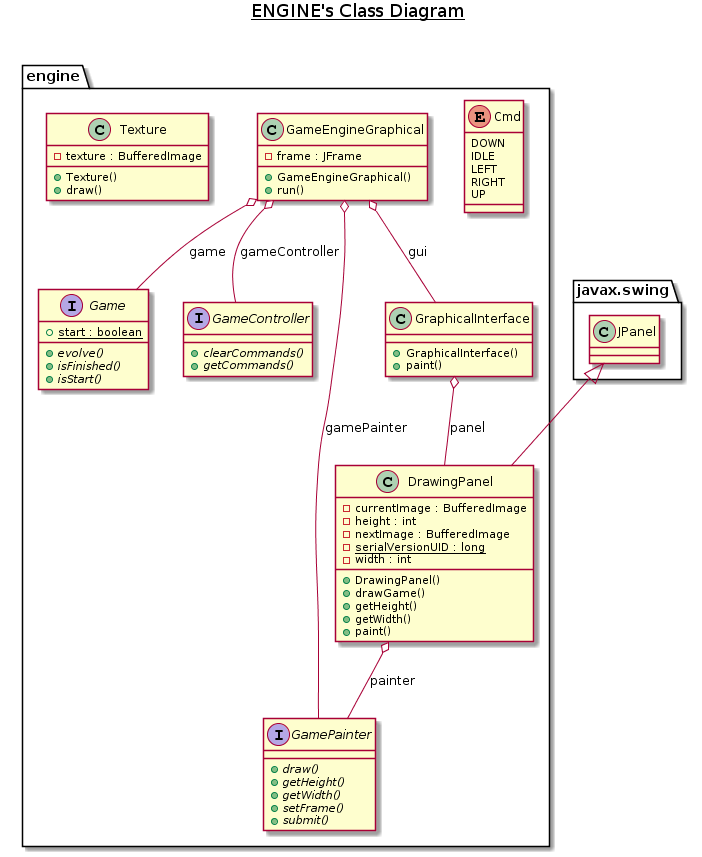
This is specs/engine_package_class_diagram.png from Bert54/ACL_2019_TP11_GROUPE3, a PlantUML export, as it was before one commit.
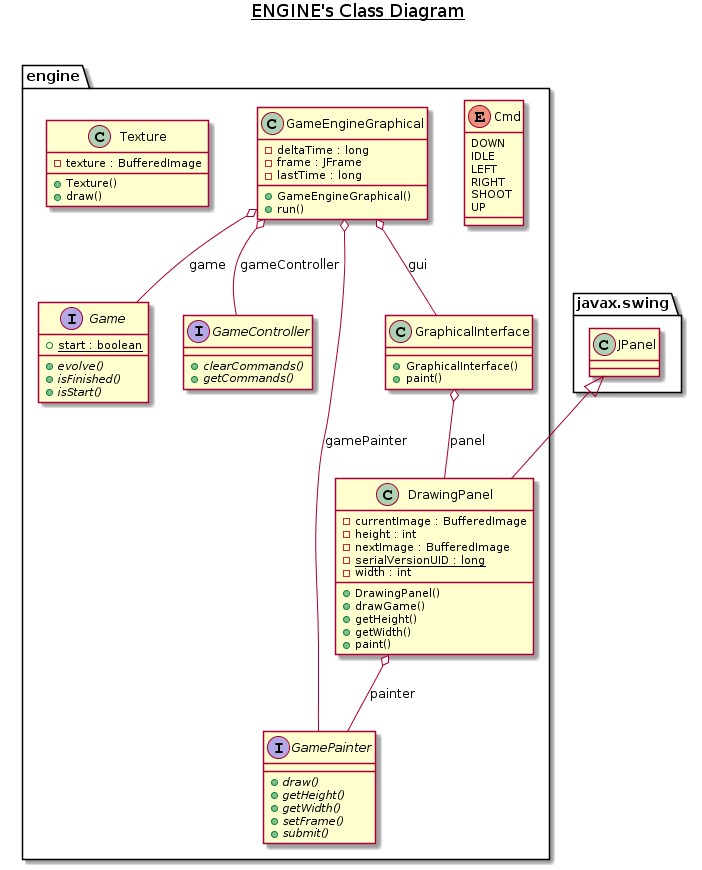
Above is the later version.

Commit message:
class diagrams puml

The edit, as a diff of the source:
```diff
@@ -7,6 +7,7 @@
       IDLE
       LEFT
       RIGHT
+      SHOOT
       UP
     }
   }
@@ -48,7 +49,9 @@
 
   namespace engine {
     class engine.GameEngineGraphical {
+        - deltaTime : long
         - frame : JFrame
+        - lastTime : long
         + GameEngineGraphical()
         + run()
     }
```
